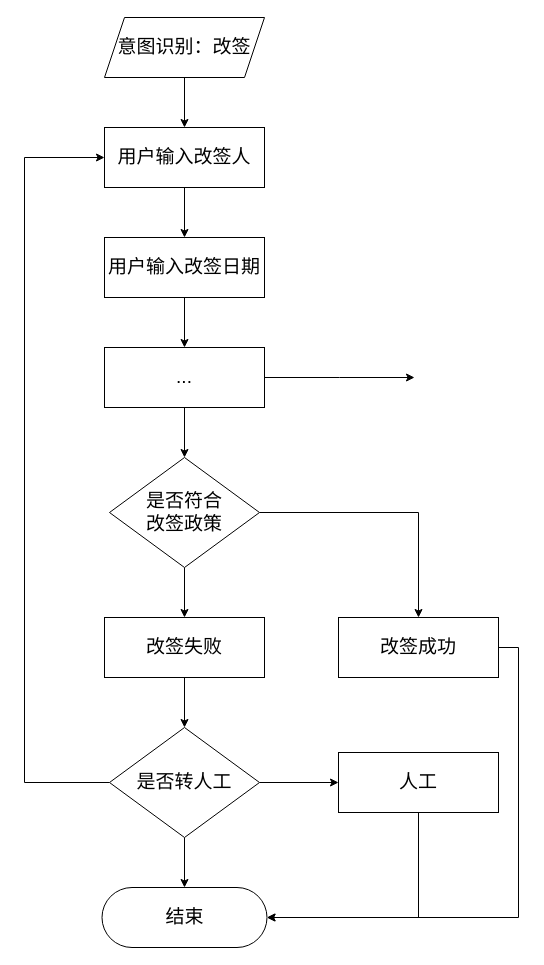
Before: 短流程.drawio in xyhvictor/drawio, a draw.io diagram. Source tidied: cells renumbered, new cells numbered last; positions are measured from the earlier drawing's top-left corner, leaving out a move shared by most shapes. Both pictures are drawn from the tidied source at 100%, with x=0, y=0 at pixel (24, 17).
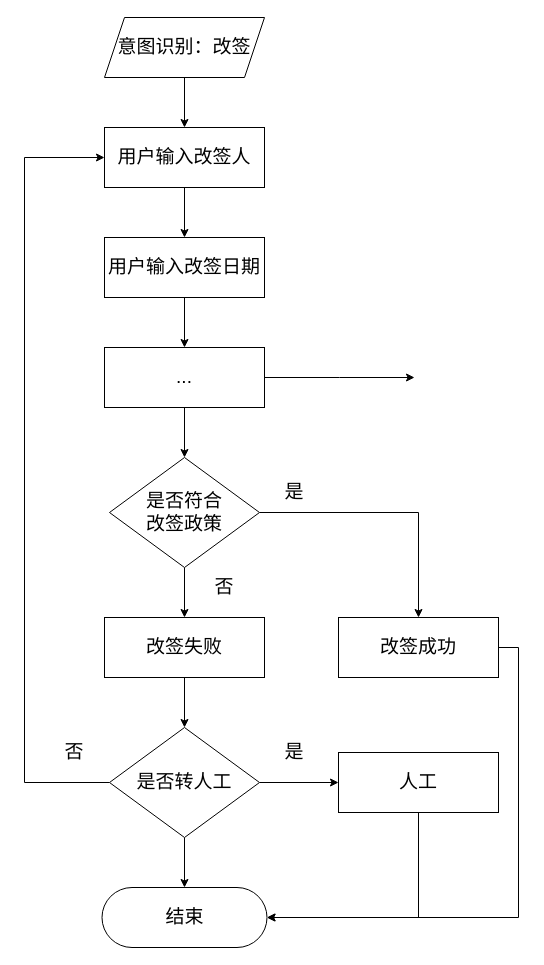
The same diagram, later.

Commit message (it also covers changes not shown here):
更新短流程.drawio

What changed in the source:
```diff
@@
+    <mxCell id="25" value="是" style="text;html=1;strokeColor=none;fillColor=none;align=center;verticalAlign=middle;whiteSpace=wrap;rounded=0;fontSize=19;" parent="1" vertex="1">
+      <mxGeometry x="240" y="720" width="60" height="30" as="geometry" />
+    </mxCell>
+    <mxCell id="26" value="否" style="text;html=1;strokeColor=none;fillColor=none;align=center;verticalAlign=middle;whiteSpace=wrap;rounded=0;fontSize=19;" parent="1" vertex="1">
+      <mxGeometry x="20" y="720" width="60" height="30" as="geometry" />
+    </mxCell>
+    <mxCell id="27" value="是" style="text;html=1;strokeColor=none;fillColor=none;align=center;verticalAlign=middle;whiteSpace=wrap;rounded=0;fontSize=19;" parent="1" vertex="1">
+      <mxGeometry x="240" y="460" width="60" height="30" as="geometry" />
+    </mxCell>
+    <mxCell id="28" value="否" style="text;html=1;strokeColor=none;fillColor=none;align=center;verticalAlign=middle;whiteSpace=wrap;rounded=0;fontSize=19;" parent="1" vertex="1">
+      <mxGeometry x="170" y="555" width="60" height="30" as="geometry" />
+    </mxCell>
```
